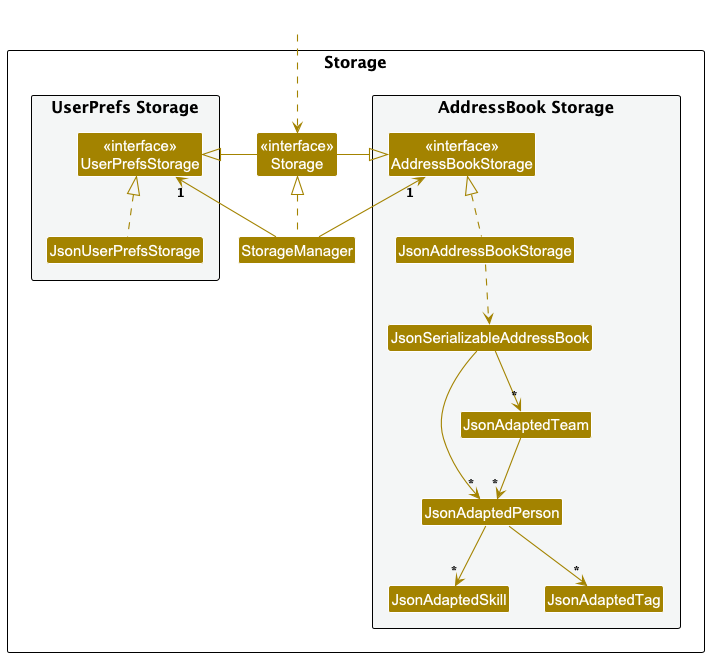
Above: docs/images/StorageClassDiagram.png in AY2526S1-CS2103T-F08b-2/tp (PlantUML), before the change.
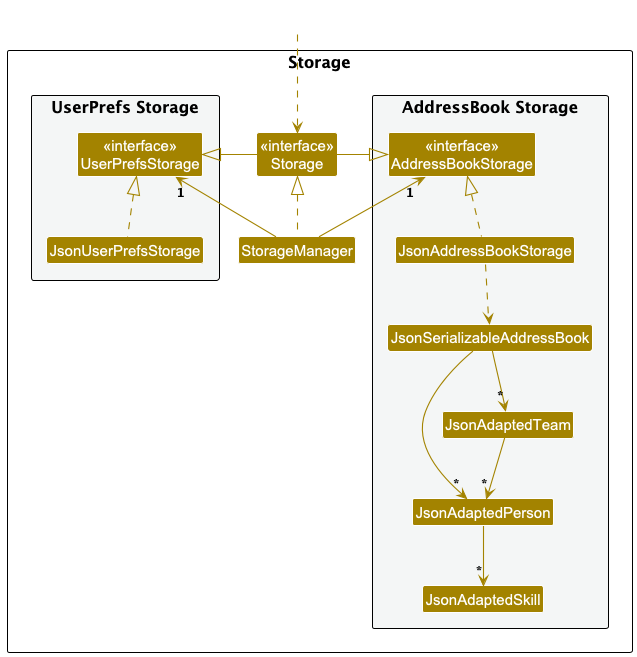
Later version of the same file.

Change to the diagram source:
```diff
@@ -21,7 +21,6 @@
 Class JsonAdaptedPerson
 Class JsonAdaptedTeam
 Class JsonAdaptedSkill
-Class JsonAdaptedTag
 }
 
 }
@@ -42,7 +41,6 @@
 JsonSerializableAddressBook --> "*" JsonAdaptedPerson
 JsonSerializableAddressBook --> "*" JsonAdaptedTeam
 JsonAdaptedTeam --> "*" JsonAdaptedPerson
-JsonAdaptedPerson --> "*" JsonAdaptedTag
 JsonAdaptedPerson --> "*" JsonAdaptedSkill
 
 @enduml
```
